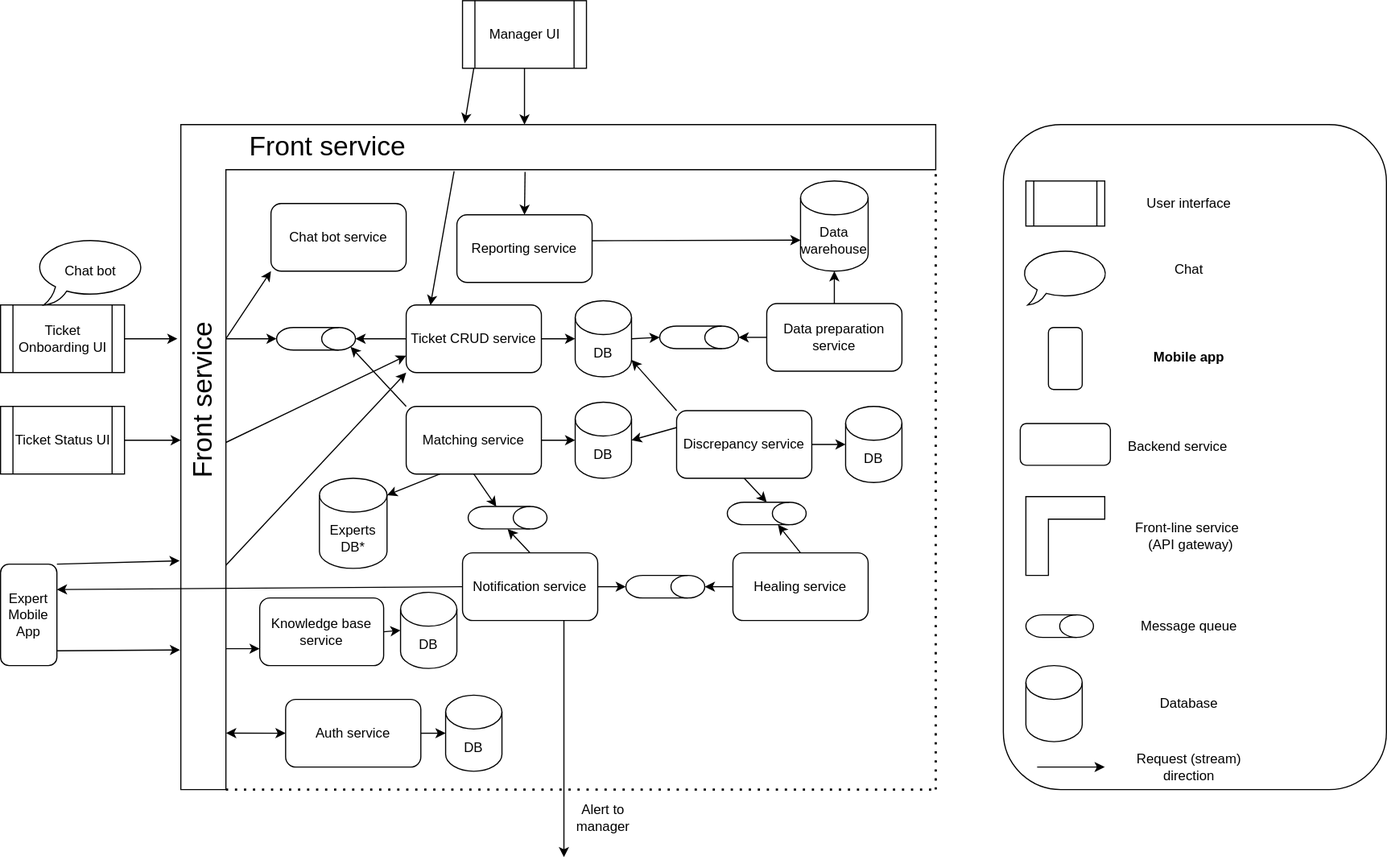
The draw.io diagram diagrams/system.svg in archkatas-team-oreilly-21/solution, before a commit. Source tidied: cells renumbered, new cells last; positions are measured from the earlier drawing's top-left corner, leaving out a move shared by most shapes.
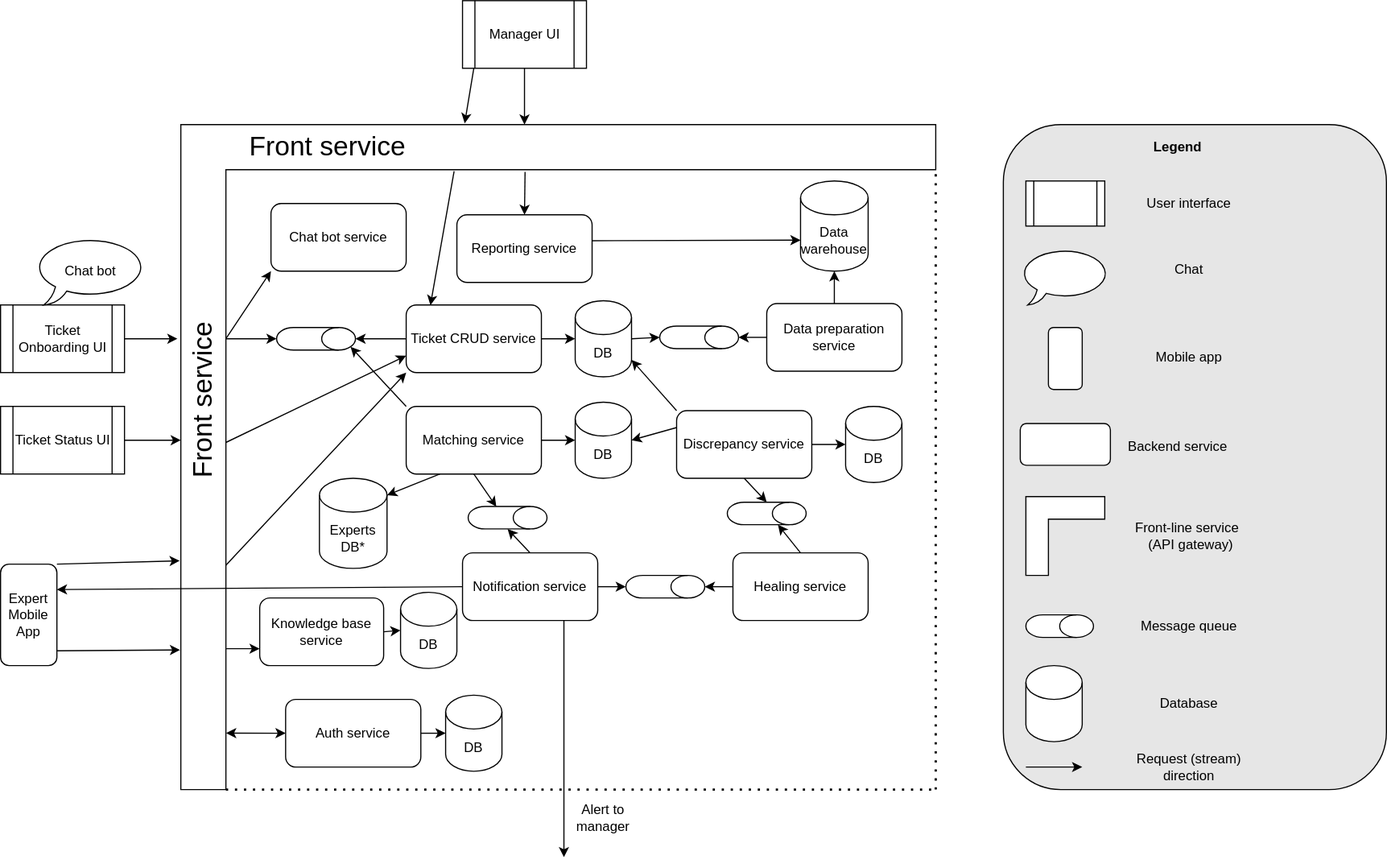
Later version of the same file.

Commit message:
system diagram legend 2

Diff of the diagram source:
```diff
@@ -237,7 +237,7 @@
     <mxCell id="70" value="Experts&lt;br&gt;DB*" style="shape=cylinder3;whiteSpace=wrap;html=1;boundedLbl=1;backgroundOutline=1;size=15;" parent="1" vertex="1">
       <mxGeometry x="283" y="423.8" width="60" height="80" as="geometry" />
     </mxCell>
-    <mxCell id="71" style="rounded=1;whiteSpace=wrap;html=1;" parent="1" vertex="1">
+    <mxCell id="71" style="rounded=1;whiteSpace=wrap;html=1;fillColor=#E6E6E6;" parent="1" vertex="1">
       <mxGeometry x="890" y="110" width="340" height="590" as="geometry" />
     </mxCell>
     <mxCell id="72" style="shape=process;whiteSpace=wrap;html=1;backgroundOutline=1;" parent="1" vertex="1">
@@ -255,7 +255,7 @@
     <mxCell id="76" style="rounded=1;whiteSpace=wrap;html=1;" parent="1" vertex="1">
       <mxGeometry x="930" y="290" width="30" height="55" as="geometry" />
     </mxCell>
-    <mxCell id="77" value="Mobile app" style="text;html=1;strokeColor=none;fillColor=none;align=center;verticalAlign=middle;whiteSpace=wrap;rounded=0;fontStyle=1;" parent="1" vertex="1">
+    <mxCell id="77" value="&lt;span style=&quot;font-weight: normal&quot;&gt;Mobile app&lt;/span&gt;" style="text;html=1;strokeColor=none;fillColor=none;align=center;verticalAlign=middle;whiteSpace=wrap;rounded=0;fontStyle=1;" parent="1" vertex="1">
       <mxGeometry x="1000" y="307.5" width="110" height="20" as="geometry" />
     </mxCell>
     <mxCell id="78" style="rounded=1;whiteSpace=wrap;html=1;" parent="1" vertex="1">
@@ -284,15 +284,15 @@
     </mxCell>
     <mxCell id="86" style="edgeStyle=none;rounded=0;orthogonalLoop=1;jettySize=auto;html=1;" parent="1" edge="1">
       <mxGeometry relative="1" as="geometry">
-        <mxPoint x="920" y="680" as="sourcePoint" />
-        <mxPoint x="980" y="680" as="targetPoint" />
-        <Array as="points">
-          <mxPoint x="930" y="680" />
-        </Array>
+        <mxPoint x="910" y="680" as="sourcePoint" />
+        <mxPoint x="960" y="680" as="targetPoint" />
       </mxGeometry>
     </mxCell>
     <mxCell id="87" value="Request (stream) direction" style="text;html=1;strokeColor=none;fillColor=none;align=center;verticalAlign=middle;whiteSpace=wrap;rounded=0;" parent="1" vertex="1">
       <mxGeometry x="1000" y="670" width="110" height="20" as="geometry" />
     </mxCell>
+    <mxCell id="88" value="&lt;b&gt;Legend&lt;/b&gt;" style="text;html=1;strokeColor=none;fillColor=none;align=center;verticalAlign=middle;whiteSpace=wrap;rounded=0;" parent="1" vertex="1">
+      <mxGeometry x="1025" y="120" width="40" height="20" as="geometry" />
+    </mxCell>
   </root>
 </mxGraphModel>
```
